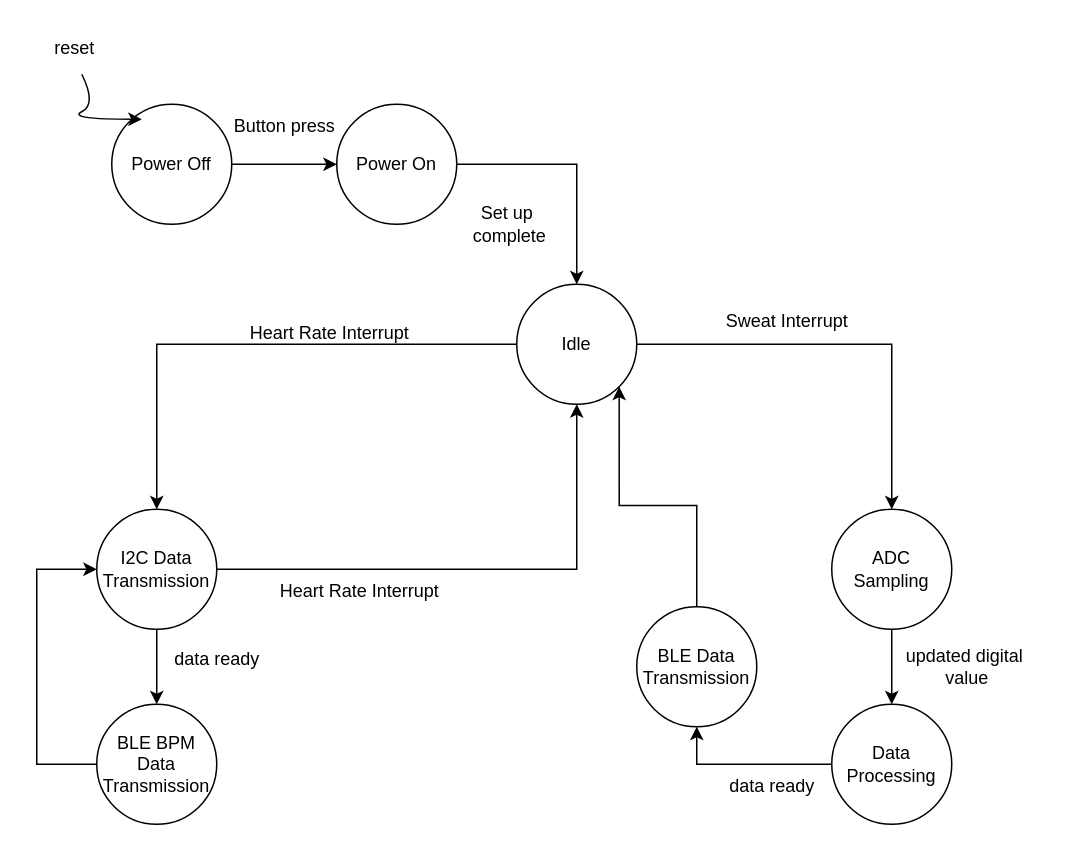
The draw.io diagram page "state_machine" (3 of 4) of software_overview.drawio in herbertbruyn/ECE477_HydraWise, before the edit. Source tidied: cells renumbered, new cells numbered last; positions are measured from the earlier drawing's top-left corner, leaving out a move shared by most shapes. Both pictures are drawn from the tidied source at 150%, with x=0, y=0 at pixel (36, 26).
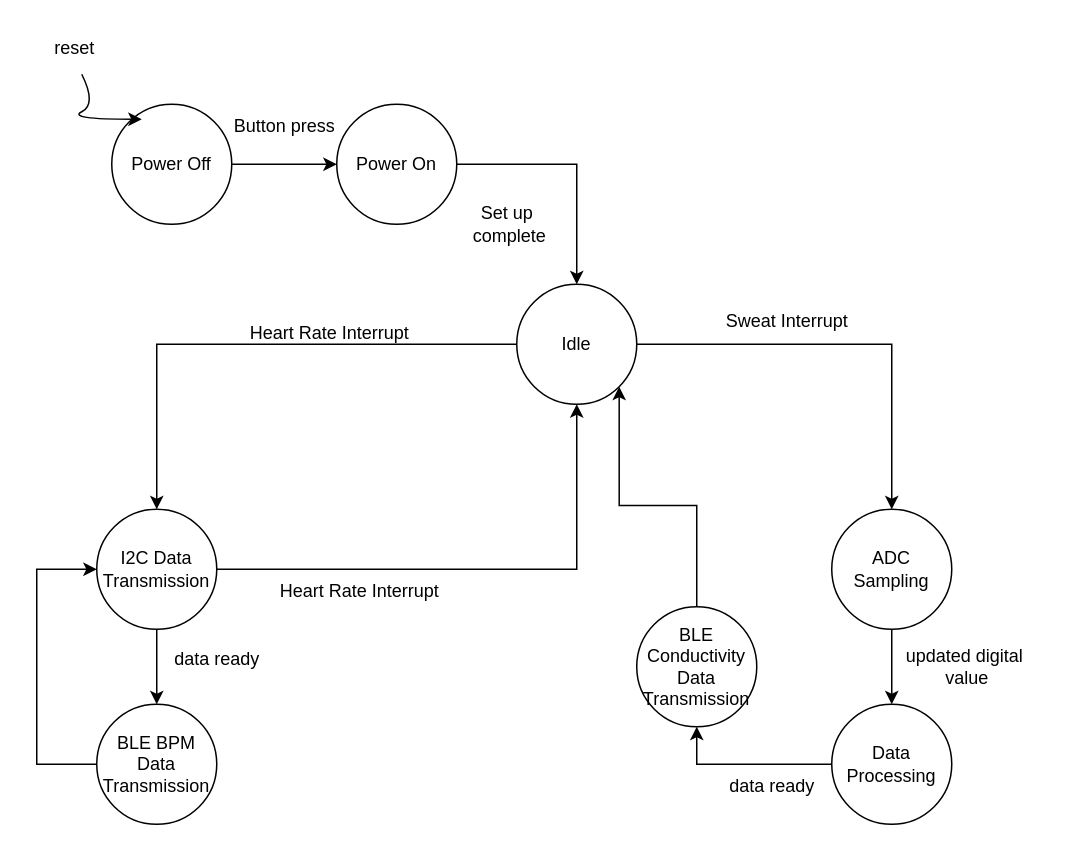
The same diagram, later.

Change to the diagram source:
```diff
@@
-    <mxCell id="26" value="BLE Data Transmission" style="ellipse;whiteSpace=wrap;html=1;" parent="1" vertex="1">
+    <mxCell id="26" value="BLE Conductivity Data Transmission" style="ellipse;whiteSpace=wrap;html=1;" parent="1" vertex="1">
       <mxGeometry x="400" y="387" width="80" height="80" as="geometry" />
     </mxCell>
```
